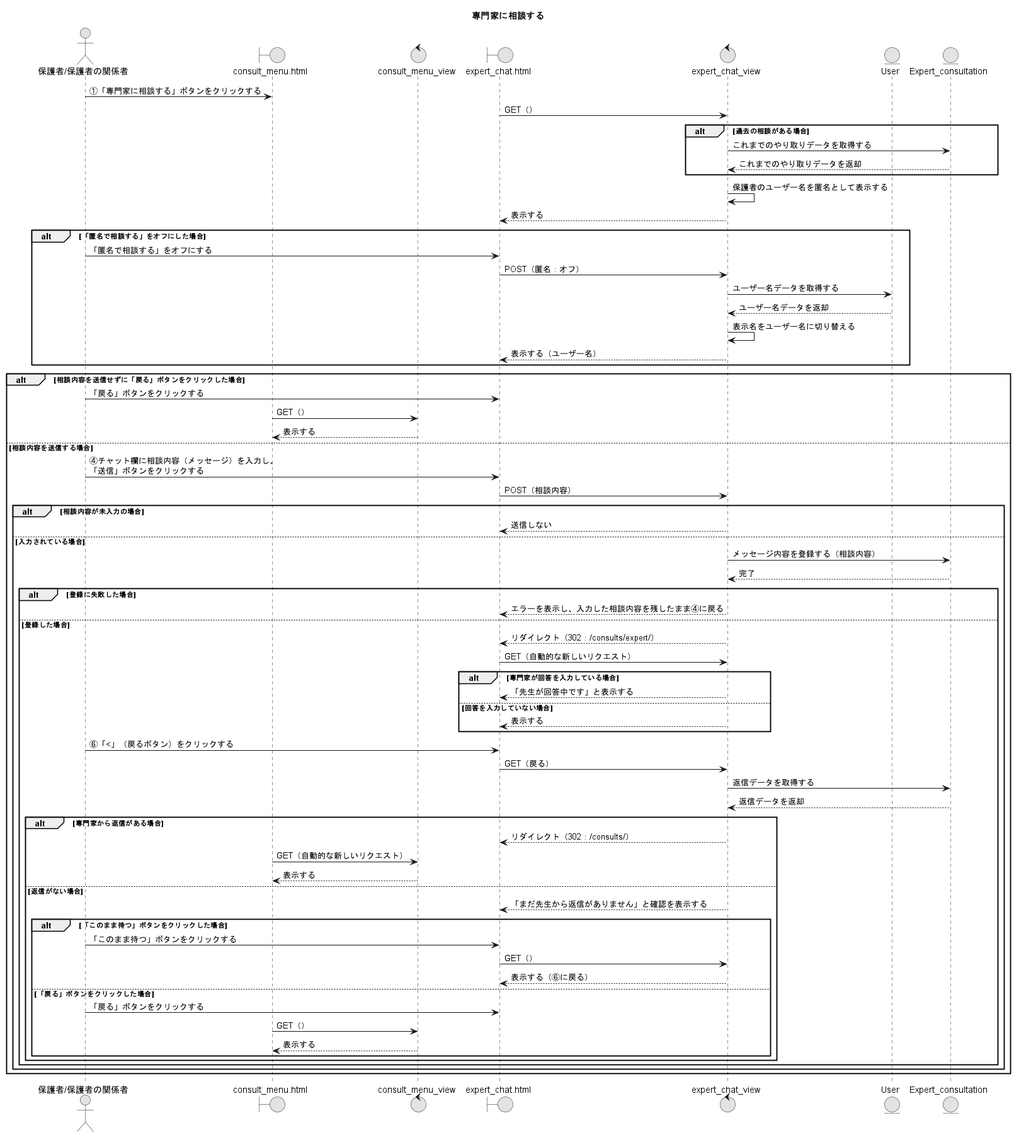
Earlier version of the PlantUML export PNG/10_専門家に相談する.png (Ma2naga190330/26_sotugyou_puml).
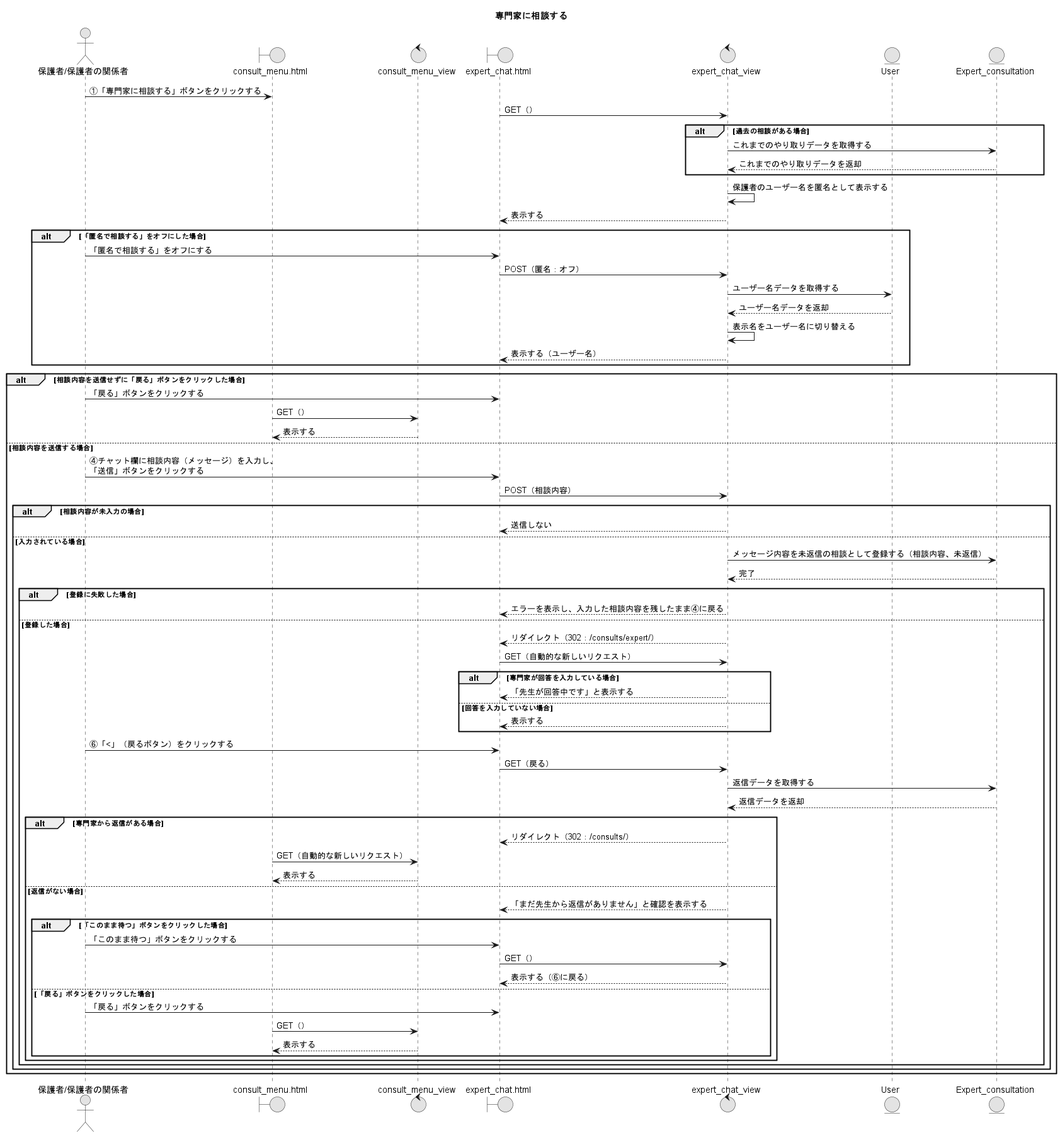
After the commit.

The edit, as a diff of the source:
```diff
@@ -39,7 +39,7 @@
   alt 相談内容が未入力の場合
     ECV --> ECP : 送信しない
   else 入力されている場合
-    ECV -> ECSM : メッセージ内容を登録する（相談内容）
+    ECV -> ECSM : メッセージ内容を未返信の相談として登録する（相談内容、未返信）
     ECV <-- ECSM : 完了
     alt 登録に失敗した場合
       ECV --> ECP : エラーを表示し、入力した相談内容を残したまま④に戻る
```
